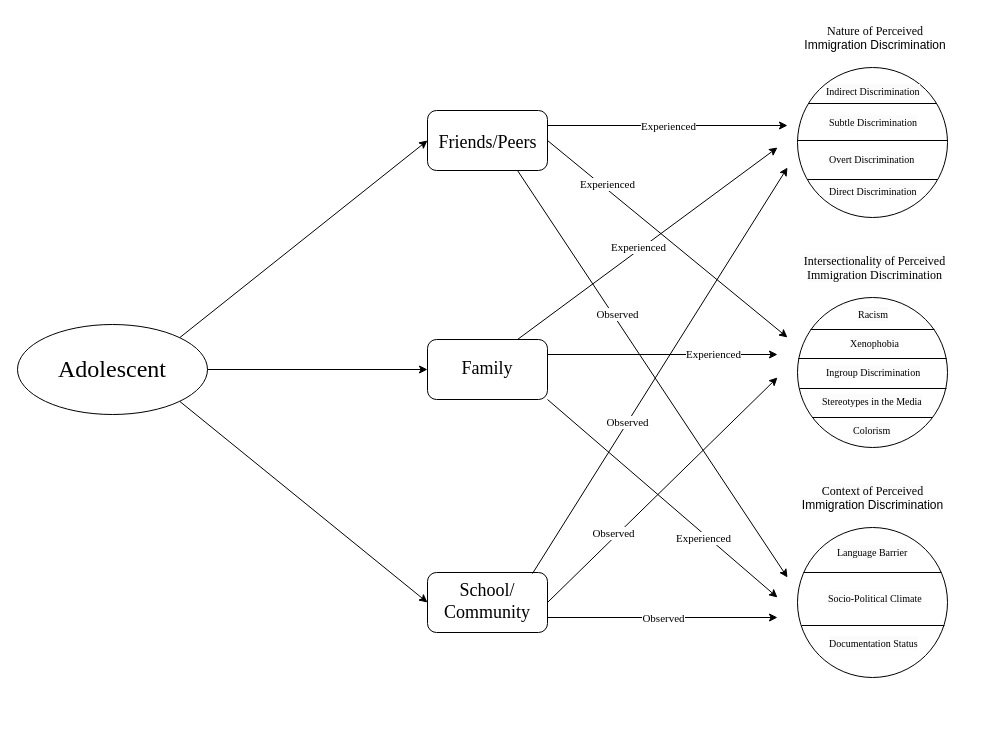
This is Venn Diagram.drawio from jnisac/hello-world, a draw.io file, before an edit. Source tidied: cells renumbered, new cells numbered last; positions are measured from the earlier drawing's top-left corner, leaving out a move shared by most shapes. Both pictures are drawn from the tidied source at 100%, with x=0, y=0 at pixel (17, 17).
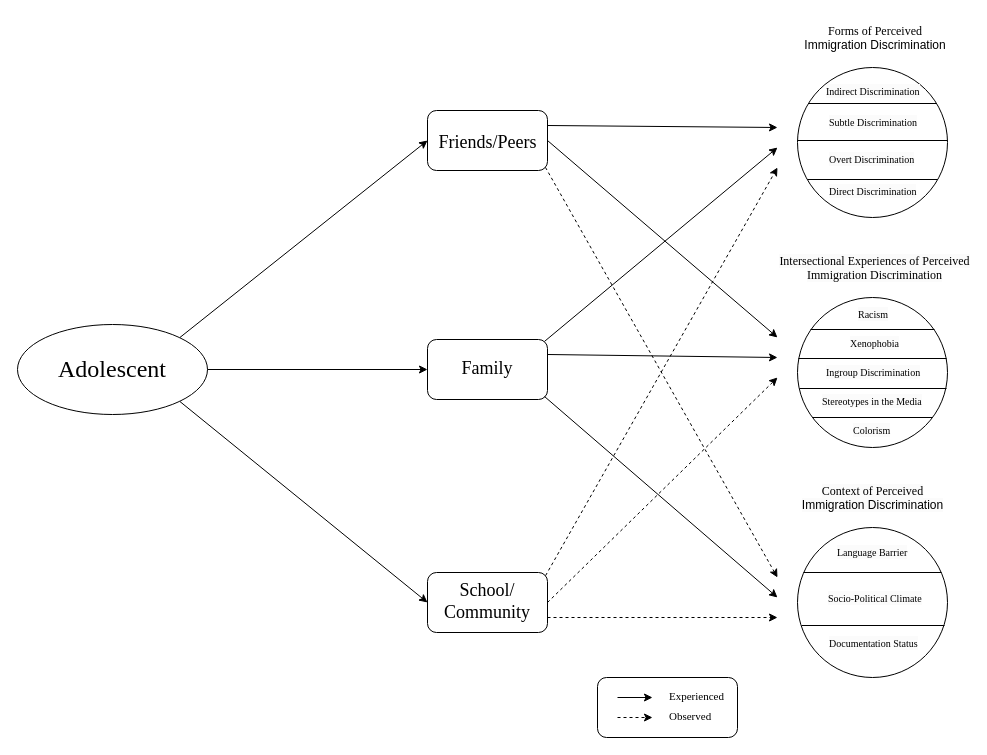
The same diagram, later.

Unchanged cells that the change refers to:
```xml
<mxCell id="29" style="rounded=1;whiteSpace=wrap;html=1;" parent="1" vertex="1">
  <mxGeometry x="410" y="93" width="120" height="60" as="geometry" />
</mxCell>
<mxCell id="30" style="rounded=1;whiteSpace=wrap;html=1;" parent="1" vertex="1">
  <mxGeometry x="410" y="322" width="120" height="60" as="geometry" />
</mxCell>
<mxCell id="31" style="rounded=1;whiteSpace=wrap;html=1;" parent="1" vertex="1">
  <mxGeometry x="410" y="555" width="120" height="60" as="geometry" />
</mxCell>
<mxCell id="34" value="&lt;font style=&quot;font-size: 18px;&quot; face=&quot;Times New Roman&quot;&gt;&lt;span style=&quot;caret-color: rgb(109, 31, 0); text-wrap-mode: nowrap;&quot;&gt;School/&lt;/span&gt;&lt;/font&gt;&lt;div&gt;&lt;font style=&quot;font-size: 18px;&quot; face=&quot;Times New Roman&quot;&gt;&lt;span style=&quot;caret-color: rgb(109, 31, 0); text-wrap-mode: nowrap;&quot;&gt;Community&lt;/span&gt;&lt;/font&gt;&lt;/div&gt;" style="text;whiteSpace=wrap;html=1;align=center;" parent="1" vertex="1">
  <mxGeometry x="425" y="556" width="90" height="63.5" as="geometry" />
</mxCell>
```

What changed in the source:
```diff
@@
-    <mxCell id="14" value="&lt;div style=&quot;&quot;&gt;&lt;span style=&quot;caret-color: rgb(109, 31, 0); white-space: nowrap;&quot;&gt;&lt;font face=&quot;Times New Roman&quot;&gt;Nature of Perceived&lt;/font&gt;&lt;/span&gt;&lt;/div&gt;&lt;div style=&quot;&quot;&gt;&lt;span style=&quot;caret-color: rgb(109, 31, 0); white-space: nowrap;&quot;&gt;&lt;font face=&quot;iyG5pIa7jLHVhFcKRwUP&quot;&gt;Immigration Discrimination&lt;/font&gt;&lt;/span&gt;&lt;/div&gt;" style="text;whiteSpace=wrap;html=1;align=center;" parent="1" vertex="1">
+    <mxCell id="14" value="&lt;div style=&quot;&quot;&gt;&lt;span style=&quot;caret-color: rgb(109, 31, 0); white-space: nowrap;&quot;&gt;&lt;font face=&quot;Times New Roman&quot;&gt;Forms of Perceived&lt;/font&gt;&lt;/span&gt;&lt;/div&gt;&lt;div style=&quot;&quot;&gt;&lt;span style=&quot;caret-color: rgb(109, 31, 0); white-space: nowrap;&quot;&gt;&lt;font face=&quot;iyG5pIa7jLHVhFcKRwUP&quot;&gt;Immigration Discrimination&lt;/font&gt;&lt;/span&gt;&lt;/div&gt;" style="text;whiteSpace=wrap;html=1;align=center;" parent="1" vertex="1">
       <mxGeometry x="782.5" width="150" height="40" as="geometry" />
     </mxCell>
-    <mxCell id="15" value="&lt;span style=&quot;caret-color: rgb(109, 31, 0); font-style: normal; font-variant-caps: normal; font-weight: 400; letter-spacing: normal; text-indent: 0px; text-transform: none; white-space: nowrap; word-spacing: 0px; -webkit-text-stroke-width: 0px; background-color: rgb(251, 251, 251); text-decoration: none; float: none; display: inline !important;&quot;&gt;&lt;font face=&quot;Times New Roman&quot; style=&quot;font-size: 12px;&quot;&gt;Intersectionality of Perceived&lt;/font&gt;&lt;/span&gt;&lt;div&gt;&lt;span style=&quot;caret-color: rgb(109, 31, 0); font-style: normal; font-variant-caps: normal; font-weight: 400; letter-spacing: normal; text-indent: 0px; text-transform: none; white-space: nowrap; word-spacing: 0px; -webkit-text-stroke-width: 0px; background-color: rgb(251, 251, 251); text-decoration: none; float: none; display: inline !important;&quot;&gt;&lt;font face=&quot;Times New Roman&quot; style=&quot;font-size: 12px;&quot;&gt;Immigration Discrimination&lt;/font&gt;&lt;/span&gt;&lt;/div&gt;" style="text;whiteSpace=wrap;html=1;align=center;" parent="1" vertex="1">
+    <mxCell id="15" value="&lt;span style=&quot;caret-color: rgb(109, 31, 0); font-style: normal; font-variant-caps: normal; font-weight: 400; letter-spacing: normal; text-indent: 0px; text-transform: none; white-space: nowrap; word-spacing: 0px; -webkit-text-stroke-width: 0px; background-color: rgb(251, 251, 251); text-decoration: none; float: none; display: inline !important;&quot;&gt;&lt;font face=&quot;Times New Roman&quot; style=&quot;font-size: 12px;&quot;&gt;Intersectional Experiences of Perceived&lt;/font&gt;&lt;/span&gt;&lt;div&gt;&lt;span style=&quot;caret-color: rgb(109, 31, 0); font-style: normal; font-variant-caps: normal; font-weight: 400; letter-spacing: normal; text-indent: 0px; text-transform: none; white-space: nowrap; word-spacing: 0px; -webkit-text-stroke-width: 0px; background-color: rgb(251, 251, 251); text-decoration: none; float: none; display: inline !important;&quot;&gt;&lt;font face=&quot;Times New Roman&quot; style=&quot;font-size: 12px;&quot;&gt;Immigration Discrimination&lt;/font&gt;&lt;/span&gt;&lt;/div&gt;" style="text;whiteSpace=wrap;html=1;align=center;" parent="1" vertex="1">
       <mxGeometry x="780" y="230" width="155" height="40" as="geometry" />
     </mxCell>
@@
     <mxCell id="33" value="&lt;font style=&quot;font-size: 18px;&quot; face=&quot;Times New Roman&quot;&gt;&lt;span style=&quot;caret-color: rgb(109, 31, 0); text-wrap-mode: nowrap;&quot;&gt;Friends/Peers&lt;/span&gt;&lt;/font&gt;" style="text;whiteSpace=wrap;html=1;align=center;" parent="1" vertex="1">
-      <mxGeometry x="412.5" y="108.2" width="115" height="29.5" as="geometry" />
+      <mxGeometry x="412.5" y="108" width="115" height="29.5" as="geometry" />
     </mxCell>
@@
-    <mxCell id="39" style="endArrow=classic;html=1;rounded=0;exitX=1;exitY=0.25;exitDx=0;exitDy=0;" parent="1" edge="1" source="29">
-      <mxGeometry relative="1" as="geometry">
-        <mxPoint x="770" y="108" as="targetPoint" />
-      </mxGeometry>
-    </mxCell>
-    <mxCell id="40" value="&lt;font face=&quot;Times New Roman&quot;&gt;Experienced&lt;/font&gt;" style="edgeLabel;html=1;align=center;verticalAlign=middle;" parent="39" vertex="1">
-      <mxGeometry relative="1" as="geometry" />
-    </mxCell>
-    <mxCell id="41" style="endArrow=classic;html=1;rounded=0;exitX=0.75;exitY=0;exitDx=0;exitDy=0;" parent="1" edge="1" source="30">
-      <mxGeometry relative="1" as="geometry">
-        <mxPoint x="760" y="130" as="targetPoint" />
-      </mxGeometry>
-    </mxCell>
-    <mxCell id="42" value="&lt;font face=&quot;Times New Roman&quot;&gt;Experienced&lt;/font&gt;" style="edgeLabel;html=1;align=center;verticalAlign=middle;" parent="41" vertex="1">
-      <mxGeometry relative="1" as="geometry">
-        <mxPoint x="-10" y="4" as="offset" />
-      </mxGeometry>
-    </mxCell>
-    <mxCell id="43" style="endArrow=classic;html=1;rounded=0;exitX=1;exitY=0;exitDx=0;exitDy=0;" parent="1" edge="1" source="34">
-      <mxGeometry relative="1" as="geometry">
-        <mxPoint x="770" y="150" as="targetPoint" />
-      </mxGeometry>
-    </mxCell>
-    <mxCell id="44" value="&lt;font face=&quot;Times New Roman&quot;&gt;Observed&lt;/font&gt;" style="edgeLabel;html=1;align=center;verticalAlign=middle;" parent="43" vertex="1">
-      <mxGeometry relative="1" as="geometry">
-        <mxPoint x="-33" y="52" as="offset" />
-      </mxGeometry>
-    </mxCell>
-    <mxCell id="45" style="endArrow=classic;html=1;rounded=0;exitX=1;exitY=0.5;exitDx=0;exitDy=0;" parent="1" edge="1" source="31">
-      <mxGeometry relative="1" as="geometry">
-        <mxPoint x="760" y="360" as="targetPoint" />
-      </mxGeometry>
-    </mxCell>
-    <mxCell id="46" value="&lt;font face=&quot;Times New Roman&quot;&gt;Observed&lt;/font&gt;" style="edgeLabel;html=1;align=center;verticalAlign=middle;" parent="45" vertex="1">
-      <mxGeometry relative="1" as="geometry">
-        <mxPoint x="-50" y="43" as="offset" />
-      </mxGeometry>
-    </mxCell>
-    <mxCell id="47" style="endArrow=classic;html=1;rounded=0;exitX=1;exitY=0.5;exitDx=0;exitDy=0;" parent="1" edge="1" source="29">
-      <mxGeometry relative="1" as="geometry">
-        <mxPoint x="770" y="320" as="targetPoint" />
-      </mxGeometry>
-    </mxCell>
-    <mxCell id="48" value="&lt;font face=&quot;Times New Roman&quot;&gt;Experienced&lt;/font&gt;" style="edgeLabel;html=1;align=center;verticalAlign=middle;" parent="47" vertex="1">
-      <mxGeometry relative="1" as="geometry">
-        <mxPoint x="-60" y="-55" as="offset" />
-      </mxGeometry>
-    </mxCell>
-    <mxCell id="49" style="endArrow=classic;html=1;rounded=0;exitX=1;exitY=0.25;exitDx=0;exitDy=0;" parent="1" edge="1" source="30">
-      <mxGeometry relative="1" as="geometry">
-        <mxPoint x="760" y="337" as="targetPoint" />
-      </mxGeometry>
-    </mxCell>
-    <mxCell id="50" value="&lt;font face=&quot;Times New Roman&quot;&gt;Experienced&lt;/font&gt;" style="edgeLabel;html=1;align=center;verticalAlign=middle;" parent="49" vertex="1">
-      <mxGeometry relative="1" as="geometry">
-        <mxPoint x="50" y="-1" as="offset" />
-      </mxGeometry>
-    </mxCell>
-    <mxCell id="51" style="endArrow=classic;html=1;rounded=0;exitX=0.75;exitY=1;exitDx=0;exitDy=0;" parent="1" edge="1" source="29">
-      <mxGeometry relative="1" as="geometry">
-        <mxPoint x="770" y="560" as="targetPoint" />
-      </mxGeometry>
-    </mxCell>
-    <mxCell id="52" value="&lt;font face=&quot;Times New Roman&quot;&gt;Observed&lt;/font&gt;" style="edgeLabel;html=1;align=center;verticalAlign=middle;" parent="51" vertex="1">
-      <mxGeometry relative="1" as="geometry">
-        <mxPoint x="-35" y="-60" as="offset" />
-      </mxGeometry>
-    </mxCell>
-    <mxCell id="53" style="endArrow=classic;html=1;rounded=0;exitX=1;exitY=1;exitDx=0;exitDy=0;" parent="1" edge="1" source="30">
-      <mxGeometry relative="1" as="geometry">
-        <mxPoint x="760" y="580" as="targetPoint" />
-      </mxGeometry>
-    </mxCell>
-    <mxCell id="54" value="&lt;font face=&quot;Times New Roman&quot;&gt;Experienced&lt;/font&gt;" style="edgeLabel;html=1;align=center;verticalAlign=middle;" parent="53" vertex="1">
-      <mxGeometry relative="1" as="geometry">
-        <mxPoint x="40" y="39" as="offset" />
-      </mxGeometry>
-    </mxCell>
-    <mxCell id="55" style="endArrow=classic;html=1;rounded=0;exitX=1;exitY=0.75;exitDx=0;exitDy=0;" parent="1" edge="1" source="31">
-      <mxGeometry relative="1" as="geometry">
-        <mxPoint x="760" y="600" as="targetPoint" />
-      </mxGeometry>
-    </mxCell>
-    <mxCell id="56" value="&lt;font face=&quot;Times New Roman&quot;&gt;Observed&lt;/font&gt;" style="edgeLabel;html=1;align=center;verticalAlign=middle;" parent="55" vertex="1">
-      <mxGeometry relative="1" as="geometry" />
-    </mxCell>
+    <mxCell id="57" style="html=1;whiteSpace=wrap;rounded=1;glass=0;" parent="1" vertex="1">
+      <mxGeometry x="580" y="660" width="140" height="60" as="geometry" />
+    </mxCell>
+    <mxCell id="58" style="endArrow=classic;html=1;rounded=0;dashed=1;" parent="57" edge="1">
+      <mxGeometry relative="1" as="geometry">
+        <mxPoint x="20" y="40" as="sourcePoint" />
+        <mxPoint x="55" y="40" as="targetPoint" />
+      </mxGeometry>
+    </mxCell>
+    <mxCell id="59" style="endArrow=classic;html=1;rounded=0;" parent="57" edge="1">
+      <mxGeometry relative="1" as="geometry">
+        <mxPoint x="20" y="20" as="sourcePoint" />
+        <mxPoint x="55" y="20" as="targetPoint" />
+      </mxGeometry>
+    </mxCell>
+    <mxCell id="60" value="&lt;span style=&quot;caret-color: rgb(0, 0, 0); color: rgb(0, 0, 0); font-family: &amp;quot;Times New Roman&amp;quot;; font-size: 11px; font-style: normal; font-variant-caps: normal; font-weight: 400; letter-spacing: normal; orphans: auto; text-align: center; text-indent: 0px; text-transform: none; white-space: nowrap; widows: auto; word-spacing: 0px; -webkit-text-stroke-width: 0px; background-color: rgb(255, 255, 255); text-decoration: none; display: inline !important; float: none;&quot;&gt;Experienced&lt;/span&gt;" style="text;whiteSpace=wrap;html=1;" parent="57" vertex="1">
+      <mxGeometry x="70" y="5" width="60" height="30" as="geometry" />
+    </mxCell>
+    <mxCell id="61" value="&lt;span style=&quot;caret-color: rgb(0, 0, 0); color: rgb(0, 0, 0); font-family: &amp;quot;Times New Roman&amp;quot;; font-size: 11px; font-style: normal; font-variant-caps: normal; font-weight: 400; letter-spacing: normal; orphans: auto; text-align: center; text-indent: 0px; text-transform: none; white-space: nowrap; widows: auto; word-spacing: 0px; -webkit-text-stroke-width: 0px; background-color: rgb(255, 255, 255); text-decoration: none; display: inline !important; float: none;&quot;&gt;Observed&lt;/span&gt;" style="text;whiteSpace=wrap;html=1;" parent="57" vertex="1">
+      <mxGeometry x="70" y="25" width="50" height="30" as="geometry" />
+    </mxCell>
+    <mxCell id="62" style="endArrow=classic;html=1;rounded=0;exitX=1;exitY=0.25;exitDx=0;exitDy=0;" parent="1" edge="1" source="30">
+      <mxGeometry relative="1" as="geometry">
+        <mxPoint x="760" y="340" as="targetPoint" />
+      </mxGeometry>
+    </mxCell>
+    <mxCell id="63" style="endArrow=classic;html=1;rounded=0;exitX=0.975;exitY=0.95;exitDx=0;exitDy=0;exitPerimeter=0;" parent="1" edge="1" source="30">
+      <mxGeometry relative="1" as="geometry">
+        <mxPoint x="760" y="580" as="targetPoint" />
+      </mxGeometry>
+    </mxCell>
+    <mxCell id="64" style="endArrow=classic;html=1;rounded=0;exitX=0.975;exitY=0.032;exitDx=0;exitDy=0;exitPerimeter=0;" parent="1" edge="1" source="30">
+      <mxGeometry relative="1" as="geometry">
+        <mxPoint x="760" y="130" as="targetPoint" />
+      </mxGeometry>
+    </mxCell>
+    <mxCell id="65" style="endArrow=classic;html=1;rounded=0;exitX=1;exitY=0.25;exitDx=0;exitDy=0;" parent="1" edge="1" source="29">
+      <mxGeometry relative="1" as="geometry">
+        <mxPoint x="760" y="110" as="targetPoint" />
+      </mxGeometry>
+    </mxCell>
+    <mxCell id="66" style="endArrow=classic;html=1;rounded=0;exitX=1;exitY=0.5;exitDx=0;exitDy=0;" parent="1" edge="1" source="29">
+      <mxGeometry relative="1" as="geometry">
+        <mxPoint x="760" y="320" as="targetPoint" />
+      </mxGeometry>
+    </mxCell>
+    <mxCell id="67" style="endArrow=classic;html=1;rounded=0;exitX=1;exitY=0.75;exitDx=0;exitDy=0;dashed=1;" parent="1" edge="1" source="31">
+      <mxGeometry relative="1" as="geometry">
+        <mxPoint x="760" y="600" as="targetPoint" />
+      </mxGeometry>
+    </mxCell>
+    <mxCell id="68" style="endArrow=classic;html=1;rounded=0;exitX=1;exitY=0.5;exitDx=0;exitDy=0;dashed=1;" parent="1" edge="1" source="31">
+      <mxGeometry relative="1" as="geometry">
+        <mxPoint x="760" y="360" as="targetPoint" />
+      </mxGeometry>
+    </mxCell>
+    <mxCell id="69" style="endArrow=classic;html=1;rounded=0;exitX=0.984;exitY=0.052;exitDx=0;exitDy=0;dashed=1;exitPerimeter=0;" parent="1" edge="1" source="31">
+      <mxGeometry relative="1" as="geometry">
+        <mxPoint x="760" y="150" as="targetPoint" />
+      </mxGeometry>
+    </mxCell>
+    <mxCell id="70" style="endArrow=classic;html=1;rounded=0;exitX=0.983;exitY=0.948;exitDx=0;exitDy=0;dashed=1;exitPerimeter=0;" parent="1" edge="1" source="29">
+      <mxGeometry relative="1" as="geometry">
+        <mxPoint x="760" y="560" as="targetPoint" />
+      </mxGeometry>
+    </mxCell>
```
